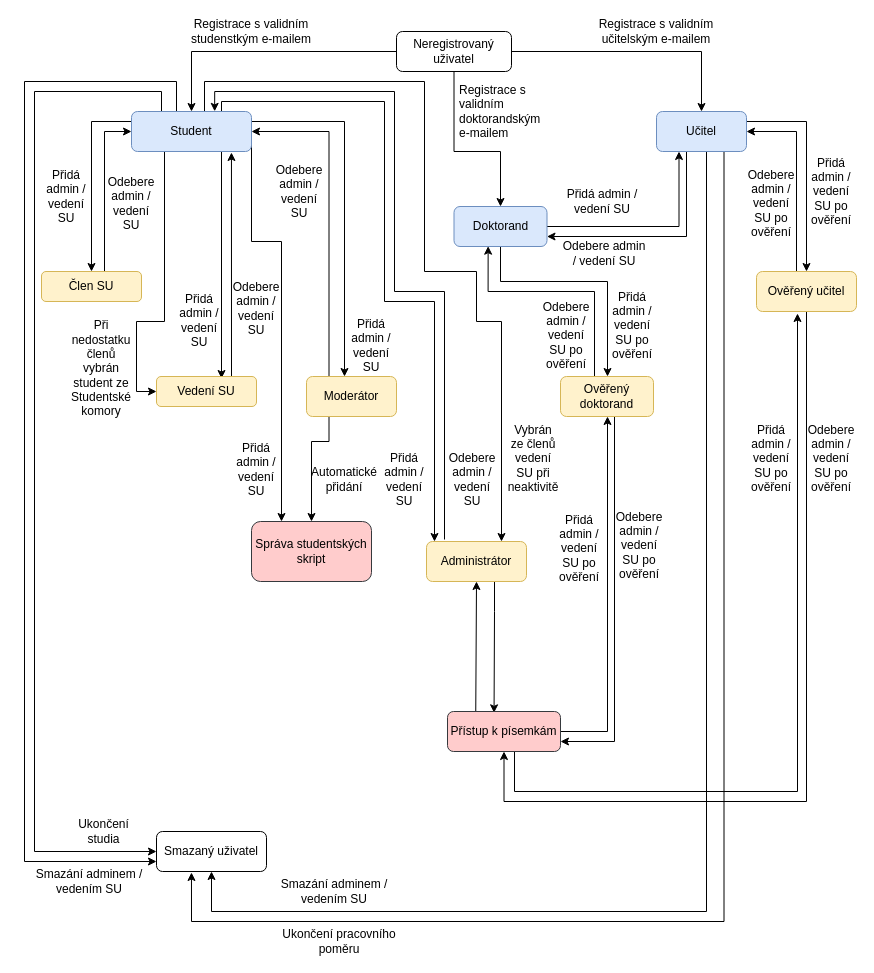
The draw.io diagram diagramy/roles_lifecycle.drawio in mirasvarc/fituska3, before the edit. Source tidied: cells renumbered, new cells numbered last; positions are measured from the earlier drawing's top-left corner, leaving out a move shared by most shapes. Both pictures are drawn from the tidied source at 100%, with x=0, y=0 at pixel (24, 21).
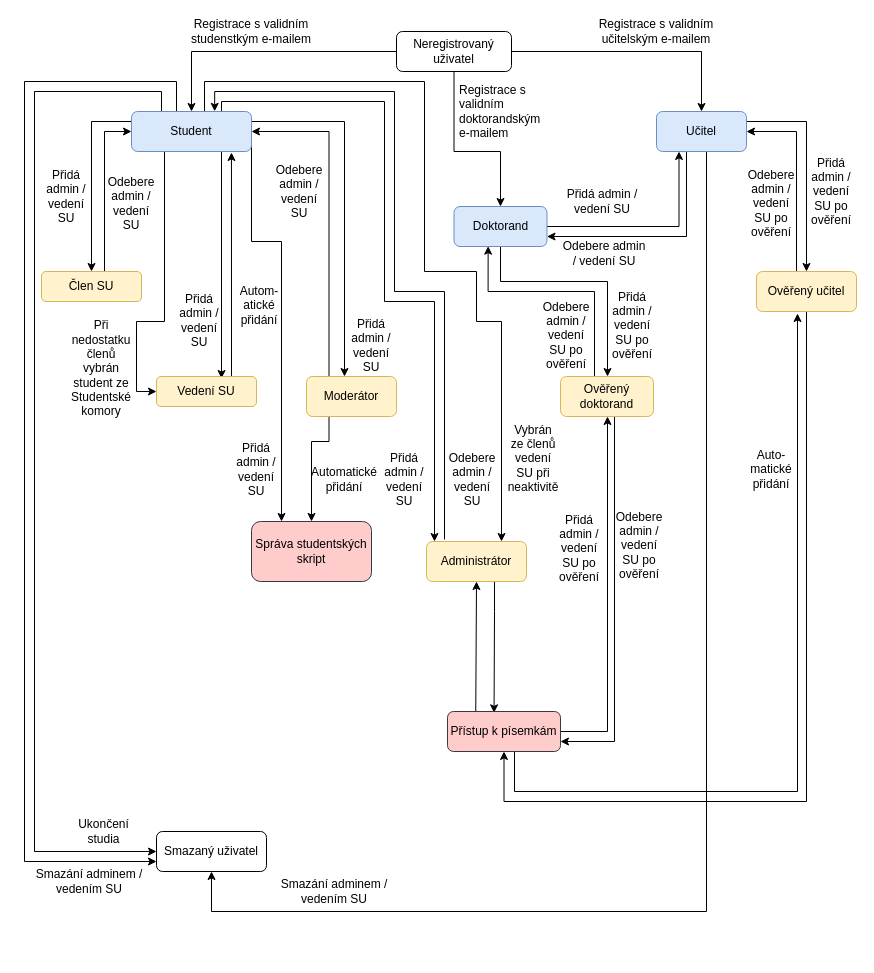
The same page after the edit.

Unchanged cells that the change refers to:
```xml
<mxCell id="27" value="Smazaný uživatel" style="rounded=1;whiteSpace=wrap;html=1;" parent="1" vertex="1">
  <mxGeometry x="132" y="810" width="110" height="40" as="geometry" />
</mxCell>
<mxCell id="32" value="Učitel" style="rounded=1;whiteSpace=wrap;html=1;fillColor=#dae8fc;strokeColor=#6c8ebf;" parent="1" vertex="1">
  <mxGeometry x="632" y="90" width="90" height="40" as="geometry" />
</mxCell>
```

What changed in the source:
```diff
@@
-    <mxCell id="31" style="edgeStyle=orthogonalEdgeStyle;rounded=0;jettySize=auto;html=1;exitX=0.75;exitY=1;exitDx=0;exitDy=0;entryX=0.318;entryY=1.025;entryDx=0;entryDy=0;entryPerimeter=0;" parent="1" edge="1" source="32" target="27">
-      <mxGeometry relative="1" as="geometry">
-        <Array as="points">
-          <mxPoint x="700" y="900" />
-          <mxPoint x="167" y="900" />
-        </Array>
-      </mxGeometry>
-    </mxCell>
@@
-    <mxCell id="48" value="Odebere admin / vedení SU" style="text;html=1;strokeColor=none;fillColor=none;align=center;verticalAlign=middle;whiteSpace=wrap;rounded=0;" parent="1" vertex="1">
-      <mxGeometry x="207" y="253" width="50" height="67" as="geometry" />
+    <mxCell id="48" value="Autom-atické&lt;br&gt;přidání" style="text;html=1;strokeColor=none;fillColor=none;align=center;verticalAlign=middle;whiteSpace=wrap;rounded=0;" parent="1" vertex="1">
+      <mxGeometry x="210" y="250" width="50" height="67" as="geometry" />
     </mxCell>
@@
-    <mxCell id="50" value="Ukončení pracovního poměru" style="text;html=1;strokeColor=none;fillColor=none;align=center;verticalAlign=middle;whiteSpace=wrap;rounded=0;" parent="1" vertex="1">
-      <mxGeometry x="250" y="910" width="130" height="20" as="geometry" />
-    </mxCell>
@@
-    <mxCell id="63" value="Odebere admin / vedení SU po ověření" style="text;html=1;strokeColor=none;fillColor=none;align=center;verticalAlign=middle;whiteSpace=wrap;rounded=0;" parent="1" vertex="1">
-      <mxGeometry x="782" y="403" width="50" height="67" as="geometry" />
-    </mxCell>
-    <mxCell id="64" value="Přidá admin / vedení SU po ověření" style="text;html=1;strokeColor=none;fillColor=none;align=center;verticalAlign=middle;whiteSpace=wrap;rounded=0;" parent="1" vertex="1">
-      <mxGeometry x="722" y="403" width="50" height="67" as="geometry" />
-    </mxCell>
@@
+    <mxCell id="75" value="Auto-matické přidání" style="text;html=1;strokeColor=none;fillColor=none;align=center;verticalAlign=middle;whiteSpace=wrap;rounded=0;" parent="1" vertex="1">
+      <mxGeometry x="727" y="437.5" width="40" height="20" as="geometry" />
+    </mxCell>
```
